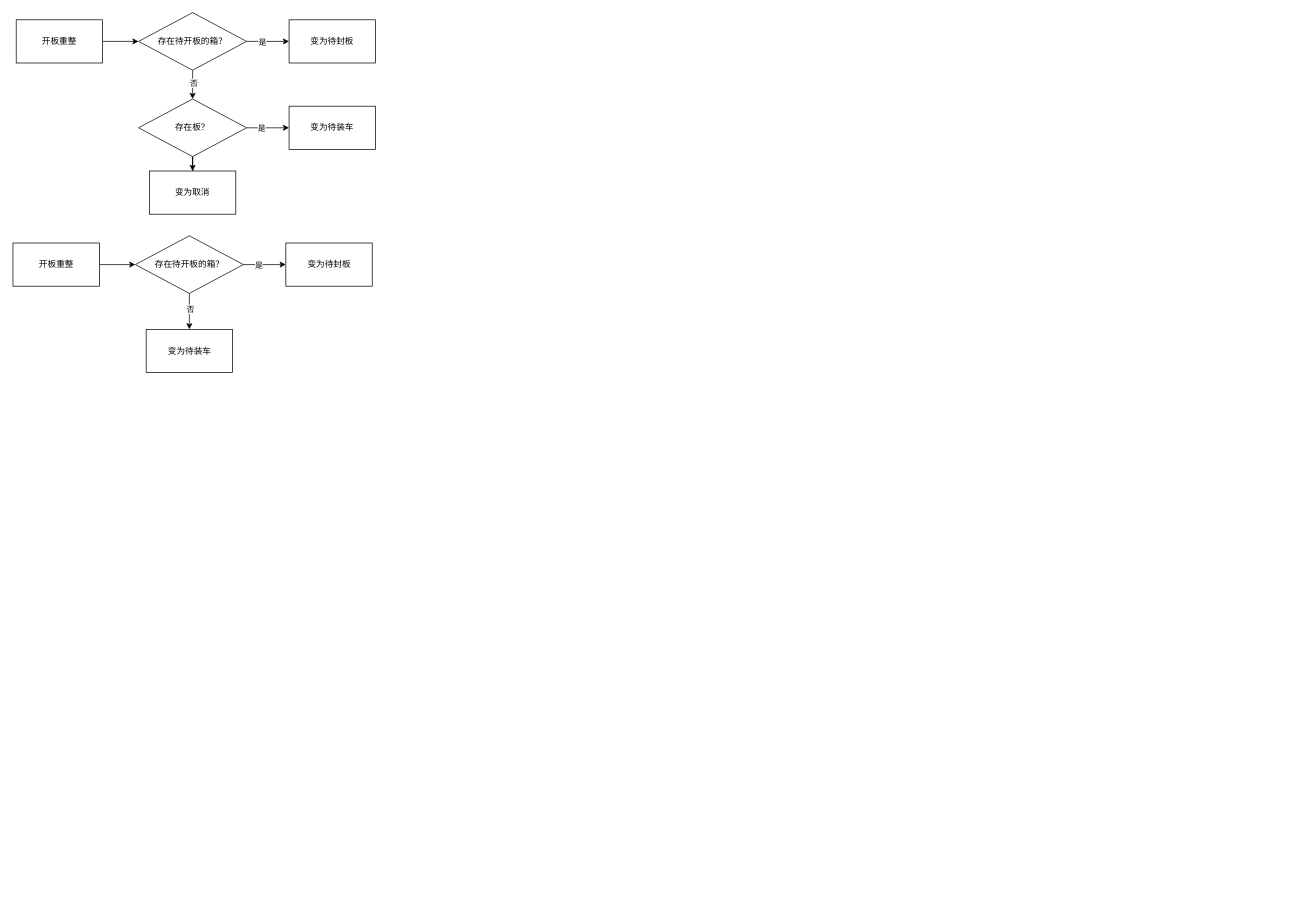
Above: page "需求状态" (7 of 7) of work/revert/产生拣货批单.drawio in aspojo/diagrams (draw.io), before the change. Source tidied: cells renumbered, new cells numbered last; positions are measured from the earlier drawing's top-left corner, leaving out a move shared by most shapes. Both pictures are drawn from the tidied source at 72%, with x=0, y=0 at pixel (13, 12).
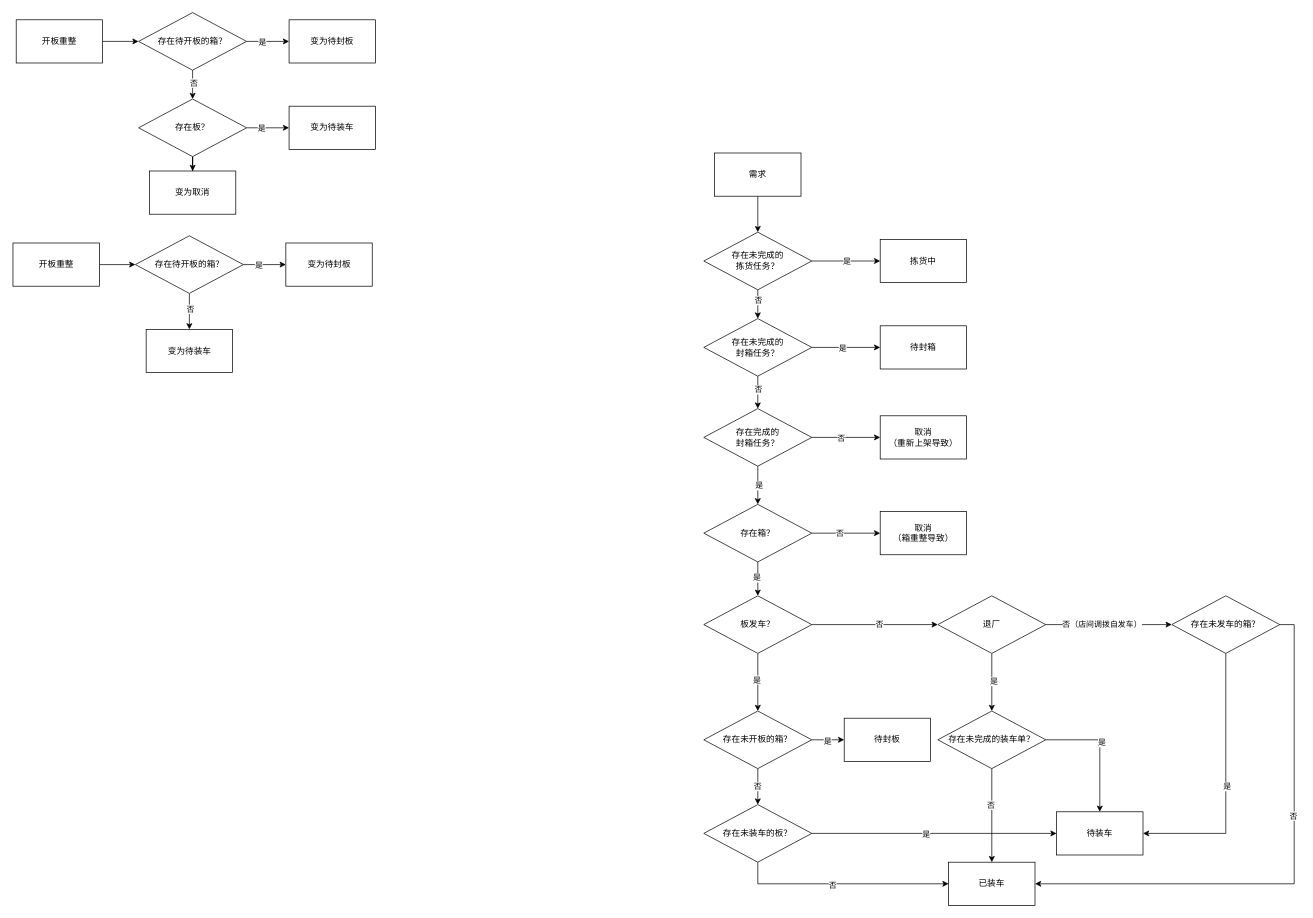
Above is the later version.

Commit message (it also covers changes not shown here):
更新产生拣货批单.drawio

Diff of the diagram source:
```diff
@@
+    <mxCell id="25" style="edgeStyle=orthogonalEdgeStyle;rounded=0;jettySize=auto;html=1;" parent="1" edge="1" source="26" target="31">
+      <mxGeometry relative="1" as="geometry" />
+    </mxCell>
+    <mxCell id="26" value="需求" style="rounded=0;whiteSpace=wrap;html=1;" parent="1" vertex="1">
+      <mxGeometry x="974" y="195" width="120" height="60" as="geometry" />
+    </mxCell>
+    <mxCell id="27" style="edgeStyle=orthogonalEdgeStyle;rounded=0;jettySize=auto;html=1;" parent="1" edge="1" source="31" target="36">
+      <mxGeometry relative="1" as="geometry" />
+    </mxCell>
+    <mxCell id="28" value="否" style="edgeLabel;html=1;align=center;verticalAlign=middle;" parent="27" vertex="1">
+      <mxGeometry x="0.27" relative="1" as="geometry">
+        <mxPoint y="-11" as="offset" />
+      </mxGeometry>
+    </mxCell>
+    <mxCell id="29" style="edgeStyle=orthogonalEdgeStyle;rounded=0;jettySize=auto;html=1;" parent="1" edge="1" source="31" target="37">
+      <mxGeometry relative="1" as="geometry" />
+    </mxCell>
+    <mxCell id="30" value="是" style="edgeLabel;html=1;align=center;verticalAlign=middle;" parent="29" vertex="1">
+      <mxGeometry relative="1" as="geometry" />
+    </mxCell>
+    <mxCell id="31" value="存在未完成的&lt;br&gt;拣货任务？" style="rhombus;whiteSpace=wrap;html=1;" parent="1" vertex="1">
+      <mxGeometry x="959" y="305" width="150" height="80" as="geometry" />
+    </mxCell>
+    <mxCell id="32" style="edgeStyle=orthogonalEdgeStyle;rounded=0;jettySize=auto;html=1;" parent="1" edge="1" source="36" target="43">
+      <mxGeometry relative="1" as="geometry" />
+    </mxCell>
+    <mxCell id="33" value="否" style="edgeLabel;html=1;align=center;verticalAlign=middle;" parent="32" vertex="1">
+      <mxGeometry x="-0.18" relative="1" as="geometry" />
+    </mxCell>
+    <mxCell id="34" style="edgeStyle=orthogonalEdgeStyle;rounded=0;jettySize=auto;html=1;" parent="1" edge="1" source="36" target="38">
+      <mxGeometry relative="1" as="geometry" />
+    </mxCell>
+    <mxCell id="35" value="是" style="edgeLabel;html=1;align=center;verticalAlign=middle;" parent="34" vertex="1">
+      <mxGeometry x="-0.11" relative="1" as="geometry" />
+    </mxCell>
+    <mxCell id="36" value="存在未完成的&lt;br&gt;封箱任务？" style="rhombus;whiteSpace=wrap;html=1;" parent="1" vertex="1">
+      <mxGeometry x="959" y="425" width="150" height="80" as="geometry" />
+    </mxCell>
+    <mxCell id="37" value="拣货中" style="whiteSpace=wrap;html=1;" parent="1" vertex="1">
+      <mxGeometry x="1204" y="315" width="120" height="60" as="geometry" />
+    </mxCell>
+    <mxCell id="38" value="待封箱" style="whiteSpace=wrap;html=1;" parent="1" vertex="1">
+      <mxGeometry x="1204" y="435" width="120" height="60" as="geometry" />
+    </mxCell>
+    <mxCell id="39" style="edgeStyle=orthogonalEdgeStyle;rounded=0;jettySize=auto;html=1;" parent="1" edge="1" source="43" target="44">
+      <mxGeometry relative="1" as="geometry" />
+    </mxCell>
+    <mxCell id="40" value="否" style="edgeLabel;html=1;align=center;verticalAlign=middle;" parent="39" vertex="1">
+      <mxGeometry x="-0.15" relative="1" as="geometry" />
+    </mxCell>
+    <mxCell id="41" style="edgeStyle=orthogonalEdgeStyle;rounded=0;jettySize=auto;html=1;" parent="1" edge="1" source="43" target="49">
+      <mxGeometry relative="1" as="geometry" />
+    </mxCell>
+    <mxCell id="42" value="是" style="edgeLabel;html=1;align=center;verticalAlign=middle;" parent="41" vertex="1">
+      <mxGeometry x="-0.02" y="1" relative="1" as="geometry" />
+    </mxCell>
+    <mxCell id="43" value="存在完成的&lt;br&gt;封箱任务？" style="rhombus;whiteSpace=wrap;html=1;" parent="1" vertex="1">
+      <mxGeometry x="959" y="550" width="150" height="80" as="geometry" />
+    </mxCell>
+    <mxCell id="44" value="取消&lt;br&gt;（重新上架导致）" style="whiteSpace=wrap;html=1;" parent="1" vertex="1">
+      <mxGeometry x="1204" y="560" width="120" height="60" as="geometry" />
+    </mxCell>
+    <mxCell id="45" style="edgeStyle=orthogonalEdgeStyle;rounded=0;jettySize=auto;html=1;" parent="1" edge="1" source="49" target="50">
+      <mxGeometry relative="1" as="geometry" />
+    </mxCell>
+    <mxCell id="46" value="否" style="edgeLabel;html=1;align=center;verticalAlign=middle;" parent="45" vertex="1">
+      <mxGeometry x="-0.21" y="1" relative="1" as="geometry" />
+    </mxCell>
+    <mxCell id="47" style="edgeStyle=orthogonalEdgeStyle;rounded=0;jettySize=auto;html=1;" parent="1" edge="1" source="49" target="55">
+      <mxGeometry relative="1" as="geometry" />
+    </mxCell>
+    <mxCell id="48" value="是" style="edgeLabel;html=1;align=center;verticalAlign=middle;" parent="47" vertex="1">
+      <mxGeometry x="-0.09" y="-2" relative="1" as="geometry" />
+    </mxCell>
+    <mxCell id="49" value="存在箱？" style="rhombus;whiteSpace=wrap;html=1;" parent="1" vertex="1">
+      <mxGeometry x="959" y="683" width="150" height="80" as="geometry" />
+    </mxCell>
+    <mxCell id="50" value="取消&lt;br&gt;（箱重整导致）" style="whiteSpace=wrap;html=1;" parent="1" vertex="1">
+      <mxGeometry x="1204" y="693" width="120" height="60" as="geometry" />
+    </mxCell>
+    <mxCell id="51" style="edgeStyle=orthogonalEdgeStyle;rounded=0;jettySize=auto;html=1;" parent="1" edge="1" source="55" target="60">
+      <mxGeometry relative="1" as="geometry" />
+    </mxCell>
+    <mxCell id="52" value="是" style="edgeLabel;html=1;align=center;verticalAlign=middle;" parent="51" vertex="1">
+      <mxGeometry x="-0.11" y="-2" relative="1" as="geometry" />
+    </mxCell>
+    <mxCell id="53" style="edgeStyle=orthogonalEdgeStyle;rounded=0;jettySize=auto;html=1;" parent="1" edge="1" source="55" target="65">
+      <mxGeometry relative="1" as="geometry" />
+    </mxCell>
+    <mxCell id="54" value="否" style="edgeLabel;html=1;align=center;verticalAlign=middle;" parent="53" vertex="1">
+      <mxGeometry x="0.06" y="1" relative="1" as="geometry" />
+    </mxCell>
+    <mxCell id="55" value="板发车？" style="rhombus;whiteSpace=wrap;html=1;" parent="1" vertex="1">
+      <mxGeometry x="959" y="810" width="150" height="80" as="geometry" />
+    </mxCell>
+    <mxCell id="56" style="edgeStyle=orthogonalEdgeStyle;rounded=0;jettySize=auto;html=1;" parent="1" edge="1" source="60" target="69">
+      <mxGeometry relative="1" as="geometry" />
+    </mxCell>
+    <mxCell id="57" value="是" style="edgeLabel;html=1;align=center;verticalAlign=middle;" parent="56" vertex="1">
+      <mxGeometry x="-0.07" y="-1" relative="1" as="geometry" />
+    </mxCell>
+    <mxCell id="58" style="edgeStyle=orthogonalEdgeStyle;rounded=0;jettySize=auto;html=1;" parent="1" edge="1" source="60" target="74">
+      <mxGeometry relative="1" as="geometry" />
+    </mxCell>
+    <mxCell id="59" value="否" style="edgeLabel;html=1;align=center;verticalAlign=middle;" parent="58" vertex="1">
+      <mxGeometry x="-0.03" y="-1" relative="1" as="geometry" />
+    </mxCell>
+    <mxCell id="60" value="存在未开板的箱？" style="rhombus;whiteSpace=wrap;html=1;" parent="1" vertex="1">
+      <mxGeometry x="959" y="970" width="150" height="80" as="geometry" />
+    </mxCell>
+    <mxCell id="61" style="edgeStyle=orthogonalEdgeStyle;rounded=0;jettySize=auto;html=1;" parent="1" edge="1" source="65" target="68">
+      <mxGeometry relative="1" as="geometry" />
+    </mxCell>
+    <mxCell id="62" value="否（店间调拨自发车）" style="edgeLabel;html=1;align=center;verticalAlign=middle;" parent="61" vertex="1">
+      <mxGeometry x="-0.12" y="1" relative="1" as="geometry" />
+    </mxCell>
+    <mxCell id="63" style="edgeStyle=orthogonalEdgeStyle;rounded=0;jettySize=auto;html=1;" parent="1" edge="1" source="65" target="80">
+      <mxGeometry relative="1" as="geometry" />
+    </mxCell>
+    <mxCell id="64" value="是" style="edgeLabel;html=1;align=center;verticalAlign=middle;" parent="63" vertex="1">
+      <mxGeometry x="-0.05" y="2" relative="1" as="geometry" />
+    </mxCell>
+    <mxCell id="65" value="退厂" style="rhombus;whiteSpace=wrap;html=1;" parent="1" vertex="1">
+      <mxGeometry x="1284" y="810" width="150" height="80" as="geometry" />
+    </mxCell>
+    <mxCell id="66" style="edgeStyle=orthogonalEdgeStyle;rounded=0;jettySize=auto;html=1;exitX=0.5;exitY=1;exitDx=0;exitDy=0;entryX=1;entryY=0.5;entryDx=0;entryDy=0;" parent="1" edge="1" source="68" target="75">
+      <mxGeometry relative="1" as="geometry" />
+    </mxCell>
+    <mxCell id="67" value="是" style="edgeLabel;html=1;align=center;verticalAlign=middle;" parent="66" vertex="1">
+      <mxGeometry x="0.01" y="1" relative="1" as="geometry" />
+    </mxCell>
+    <mxCell id="68" value="存在未发车的箱？" style="rhombus;whiteSpace=wrap;html=1;" parent="1" vertex="1">
+      <mxGeometry x="1609" y="810" width="150" height="80" as="geometry" />
+    </mxCell>
+    <mxCell id="69" value="待封板" style="whiteSpace=wrap;html=1;" parent="1" vertex="1">
+      <mxGeometry x="1154" y="980" width="120" height="60" as="geometry" />
+    </mxCell>
+    <mxCell id="70" style="edgeStyle=orthogonalEdgeStyle;rounded=0;jettySize=auto;html=1;" parent="1" edge="1" source="74" target="75">
+      <mxGeometry relative="1" as="geometry" />
+    </mxCell>
+    <mxCell id="71" value="是" style="edgeLabel;html=1;align=center;verticalAlign=middle;" parent="70" vertex="1">
+      <mxGeometry x="-0.07" y="-1" relative="1" as="geometry" />
+    </mxCell>
+    <mxCell id="72" style="edgeStyle=orthogonalEdgeStyle;rounded=0;jettySize=auto;html=1;entryX=0;entryY=0.5;entryDx=0;entryDy=0;exitX=0.5;exitY=1;exitDx=0;exitDy=0;" parent="1" edge="1" source="74" target="81">
+      <mxGeometry relative="1" as="geometry" />
+    </mxCell>
+    <mxCell id="73" value="否" style="edgeLabel;html=1;align=center;verticalAlign=middle;" parent="72" vertex="1">
+      <mxGeometry x="-0.1" y="-1" relative="1" as="geometry" />
+    </mxCell>
+    <mxCell id="74" value="存在未装车的板？" style="rhombus;whiteSpace=wrap;html=1;" parent="1" vertex="1">
+      <mxGeometry x="959" y="1100" width="150" height="80" as="geometry" />
+    </mxCell>
+    <mxCell id="75" value="待装车" style="whiteSpace=wrap;html=1;" parent="1" vertex="1">
+      <mxGeometry x="1449" y="1110" width="120" height="60" as="geometry" />
+    </mxCell>
+    <mxCell id="76" style="edgeStyle=orthogonalEdgeStyle;rounded=0;jettySize=auto;html=1;entryX=0.5;entryY=0;entryDx=0;entryDy=0;" parent="1" edge="1" source="80" target="75">
+      <mxGeometry relative="1" as="geometry" />
+    </mxCell>
+    <mxCell id="77" value="是" style="edgeLabel;html=1;align=center;verticalAlign=middle;" parent="76" vertex="1">
+      <mxGeometry x="-0.11" y="2" relative="1" as="geometry" />
+    </mxCell>
+    <mxCell id="78" style="edgeStyle=orthogonalEdgeStyle;rounded=0;jettySize=auto;html=1;" parent="1" edge="1" source="80" target="81">
+      <mxGeometry relative="1" as="geometry" />
+    </mxCell>
+    <mxCell id="79" value="否" style="edgeLabel;html=1;align=center;verticalAlign=middle;" parent="78" vertex="1">
+      <mxGeometry x="-0.23" y="-2" relative="1" as="geometry" />
+    </mxCell>
+    <mxCell id="80" value="存在未完成的装车单？" style="rhombus;whiteSpace=wrap;html=1;" parent="1" vertex="1">
+      <mxGeometry x="1284" y="970" width="150" height="80" as="geometry" />
+    </mxCell>
+    <mxCell id="81" value="已装车" style="whiteSpace=wrap;html=1;" parent="1" vertex="1">
+      <mxGeometry x="1299" y="1180" width="120" height="60" as="geometry" />
+    </mxCell>
+    <mxCell id="82" style="edgeStyle=orthogonalEdgeStyle;rounded=0;jettySize=auto;html=1;entryX=1;entryY=0.5;entryDx=0;entryDy=0;exitX=1;exitY=0.5;exitDx=0;exitDy=0;" parent="1" edge="1" source="68" target="81">
+      <mxGeometry relative="1" as="geometry" />
+    </mxCell>
+    <mxCell id="83" value="否" style="edgeLabel;html=1;align=center;verticalAlign=middle;" parent="82" vertex="1">
+      <mxGeometry x="-0.23" y="-2" relative="1" as="geometry" />
+    </mxCell>
```
